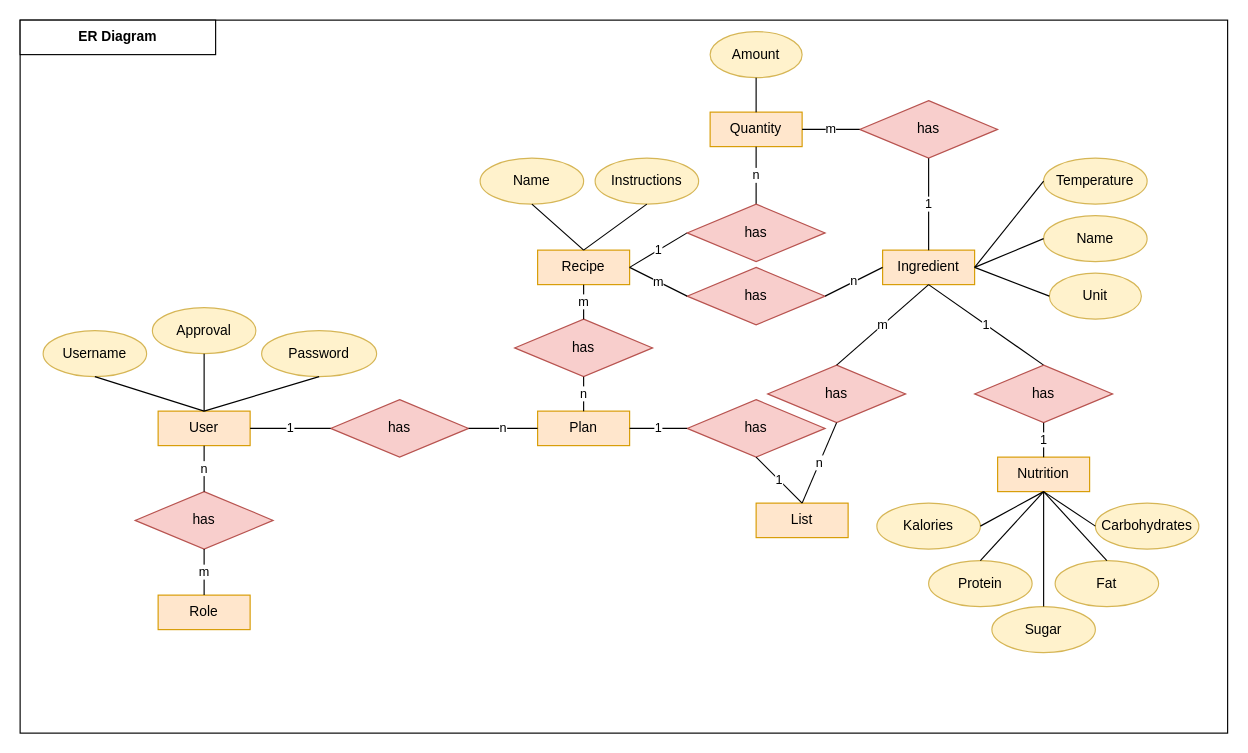
This is diagrams/er.drawio from paulbrenker/trailmenu, a draw.io file, before an edit. Source tidied: cells renumbered, new cells numbered last; positions are measured from the earlier drawing's top-left corner, leaving out a move shared by most shapes. Both pictures are drawn from the tidied source at 115%, with x=0, y=0 at pixel (20, 20).
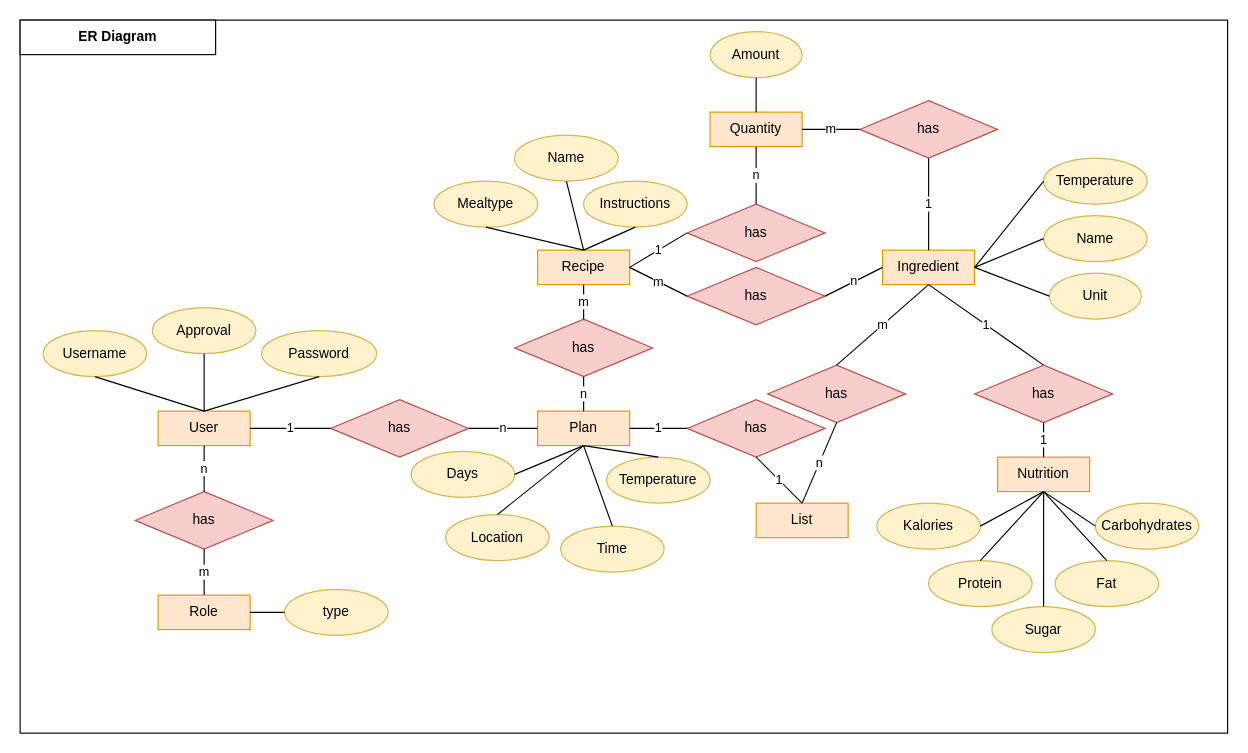
Above is the later version.

Commit message:
update ER diagram with more necessary information

The change refers to these unchanged cells:
```xml
<mxCell id="7" value="Role" style="rounded=0;whiteSpace=wrap;html=1;fillColor=#ffe6cc;strokeColor=#d79b00;" parent="1" vertex="1">
  <mxGeometry x="120" y="500" width="80" height="30" as="geometry" />
</mxCell>
<mxCell id="45" value="Plan" style="rounded=0;whiteSpace=wrap;html=1;fillColor=#ffe6cc;strokeColor=#d79b00;" parent="1" vertex="1">
  <mxGeometry x="450" y="340" width="80" height="30" as="geometry" />
</mxCell>
```

Diff of the diagram source:
```diff
@@
     <mxCell id="24" value="Name" style="ellipse;whiteSpace=wrap;html=1;fillColor=#fff2cc;strokeColor=#d6b656;" parent="1" vertex="1">
-      <mxGeometry x="400" y="120" width="90" height="40" as="geometry" />
+      <mxGeometry x="430" y="100" width="90" height="40" as="geometry" />
     </mxCell>
     <mxCell id="25" value="Instructions" style="ellipse;whiteSpace=wrap;html=1;fillColor=#fff2cc;strokeColor=#d6b656;" parent="1" vertex="1">
-      <mxGeometry x="500" y="120" width="90" height="40" as="geometry" />
+      <mxGeometry x="490" y="140" width="90" height="40" as="geometry" />
     </mxCell>
@@
+    <mxCell id="67" value="Mealtype" style="ellipse;whiteSpace=wrap;html=1;fillColor=#fff2cc;strokeColor=#d6b656;" parent="1" vertex="1">
+      <mxGeometry x="360" y="140" width="90" height="40" as="geometry" />
+    </mxCell>
+    <mxCell id="68" style="endArrow=none;html=1;rounded=0;entryX=0.5;entryY=1;entryDx=0;entryDy=0;" parent="1" edge="1" target="67">
+      <mxGeometry relative="1" as="geometry">
+        <mxPoint x="490" y="200" as="sourcePoint" />
+      </mxGeometry>
+    </mxCell>
+    <mxCell id="69" value="Days" style="ellipse;whiteSpace=wrap;html=1;fillColor=#fff2cc;strokeColor=#d6b656;" parent="1" vertex="1">
+      <mxGeometry x="340" y="375" width="90" height="40" as="geometry" />
+    </mxCell>
+    <mxCell id="70" value="Location" style="ellipse;whiteSpace=wrap;html=1;fillColor=#fff2cc;strokeColor=#d6b656;" parent="1" vertex="1">
+      <mxGeometry x="370" y="430" width="90" height="40" as="geometry" />
+    </mxCell>
+    <mxCell id="71" value="Time" style="ellipse;whiteSpace=wrap;html=1;fillColor=#fff2cc;strokeColor=#d6b656;" parent="1" vertex="1">
+      <mxGeometry x="470" y="440" width="90" height="40" as="geometry" />
+    </mxCell>
+    <mxCell id="72" value="Temperature" style="ellipse;whiteSpace=wrap;html=1;fillColor=#fff2cc;strokeColor=#d6b656;" parent="1" vertex="1">
+      <mxGeometry x="510" y="380" width="90" height="40" as="geometry" />
+    </mxCell>
+    <mxCell id="73" style="endArrow=none;html=1;rounded=0;exitX=1;exitY=0.5;exitDx=0;exitDy=0;entryX=0.5;entryY=1;entryDx=0;entryDy=0;" parent="1" edge="1" source="69" target="45">
+      <mxGeometry relative="1" as="geometry" />
+    </mxCell>
+    <mxCell id="74" style="endArrow=none;html=1;rounded=0;exitX=0.5;exitY=0;exitDx=0;exitDy=0;entryX=0.5;entryY=1;entryDx=0;entryDy=0;" parent="1" edge="1" source="70" target="45">
+      <mxGeometry relative="1" as="geometry" />
+    </mxCell>
+    <mxCell id="75" style="endArrow=none;html=1;rounded=0;exitX=0.5;exitY=0;exitDx=0;exitDy=0;entryX=0.5;entryY=1;entryDx=0;entryDy=0;" parent="1" edge="1" source="72" target="45">
+      <mxGeometry relative="1" as="geometry" />
+    </mxCell>
+    <mxCell id="76" style="endArrow=none;html=1;rounded=0;exitX=0.5;exitY=0;exitDx=0;exitDy=0;entryX=0.5;entryY=1;entryDx=0;entryDy=0;" parent="1" edge="1" source="71" target="45">
+      <mxGeometry relative="1" as="geometry" />
+    </mxCell>
+    <mxCell id="77" value="type" style="ellipse;whiteSpace=wrap;html=1;fillColor=#fff2cc;strokeColor=#d6b656;" parent="1" vertex="1">
+      <mxGeometry x="230" y="495" width="90" height="40" as="geometry" />
+    </mxCell>
+    <mxCell id="78" style="endArrow=none;html=1;rounded=0;exitX=1;exitY=0.5;exitDx=0;exitDy=0;entryX=0;entryY=0.5;entryDx=0;entryDy=0;" parent="1" edge="1" source="7" target="77">
+      <mxGeometry relative="1" as="geometry" />
+    </mxCell>
```
